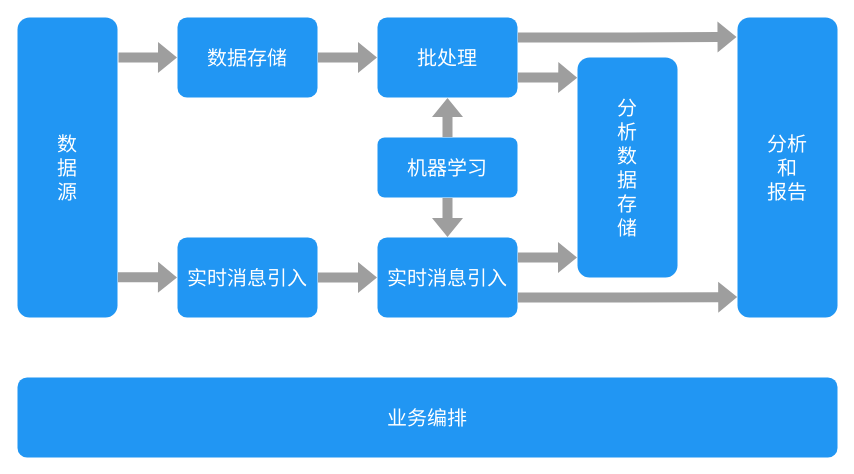
The draw.io diagram page "大数据架构" (1 of 4) of drawio/bigdata-architecture.drawio in mqjd/assets, before the edit. Source tidied: cells renumbered, new cells numbered last; positions are measured from the earlier drawing's top-left corner, leaving out a move shared by most shapes. Both pictures are drawn from the tidied source at 100%, with x=0, y=0 at pixel (17, 17).
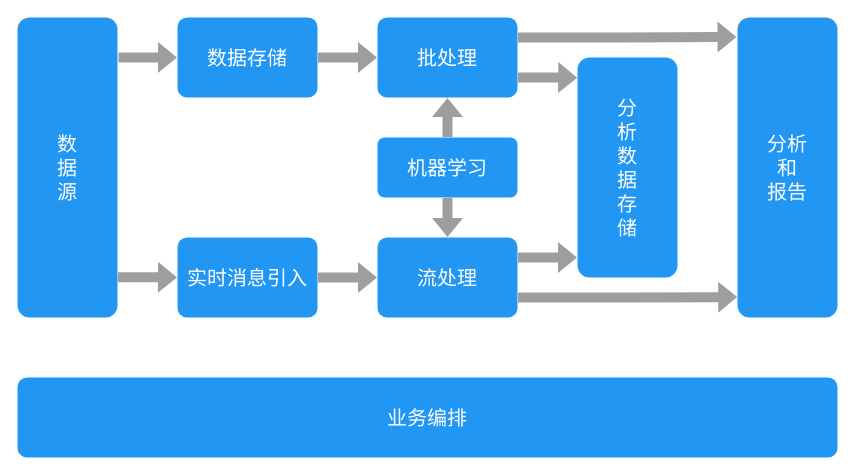
After the change.

Change to the diagram source:
```diff
@@
-    <mxCell id="10" value="实时消息引入" style="rounded=1;whiteSpace=wrap;html=1;fontSize=20;fillColor=#2196f3;strokeColor=none;fontColor=#FFFFFF;arcSize=12;" parent="1" vertex="1">
+    <mxCell id="10" value="流处理" style="rounded=1;whiteSpace=wrap;html=1;fontSize=20;fillColor=#2196f3;strokeColor=none;fontColor=#FFFFFF;arcSize=12;" parent="1" vertex="1">
       <mxGeometry x="360" y="220" width="140" height="80" as="geometry" />
     </mxCell>
```
